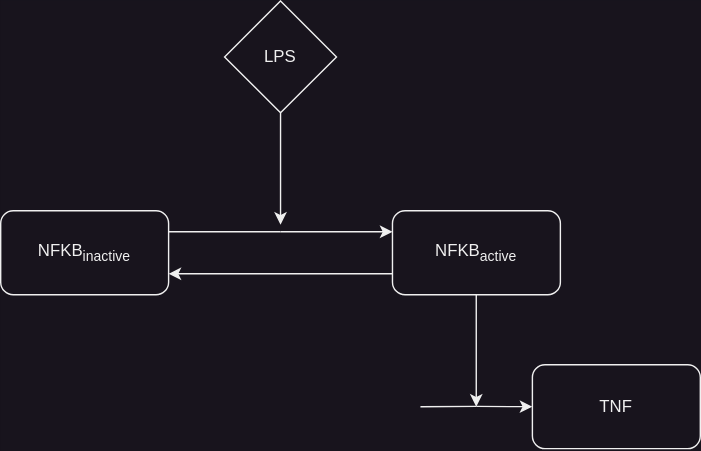
The draw.io diagram assets/simple_model.svg in willov/modelling_example, before a commit. Source tidied: cells renumbered, new cells last; positions are measured from the earlier drawing's top-left corner, leaving out a move shared by most shapes.
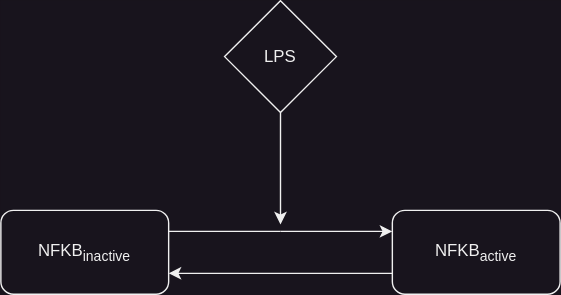
After the change.

Change to the diagram source:
```diff
@@ -29,26 +29,5 @@
         <mxPoint x="200" y="165" as="sourcePoint" />
       </mxGeometry>
     </mxCell>
-    <mxCell id="9" value="TNF" style="rounded=1;whiteSpace=wrap;html=1;" parent="1" vertex="1">
-      <mxGeometry x="380" y="260" width="120" height="60" as="geometry" />
-    </mxCell>
-    <mxCell id="10" style="endArrow=classic;html=1;rounded=0;exitX=0.5;exitY=1;exitDx=0;exitDy=0;" parent="1" edge="1">
-      <mxGeometry relative="1" as="geometry">
-        <mxPoint x="339.9" y="210" as="sourcePoint" />
-        <mxPoint x="339.9" y="290" as="targetPoint" />
-      </mxGeometry>
-    </mxCell>
-    <mxCell id="11" style="endArrow=none;html=1;rounded=0;endFill=0;" parent="1" edge="1">
-      <mxGeometry relative="1" as="geometry">
-        <mxPoint x="300" y="290" as="sourcePoint" />
-        <mxPoint x="340" y="289.8" as="targetPoint" />
-      </mxGeometry>
-    </mxCell>
-    <mxCell id="12" style="endArrow=classic;html=1;rounded=0;" parent="1" edge="1">
-      <mxGeometry relative="1" as="geometry">
-        <mxPoint x="340" y="289.8" as="sourcePoint" />
-        <mxPoint x="380" y="290" as="targetPoint" />
-      </mxGeometry>
-    </mxCell>
   </root>
 </mxGraphModel>
```
